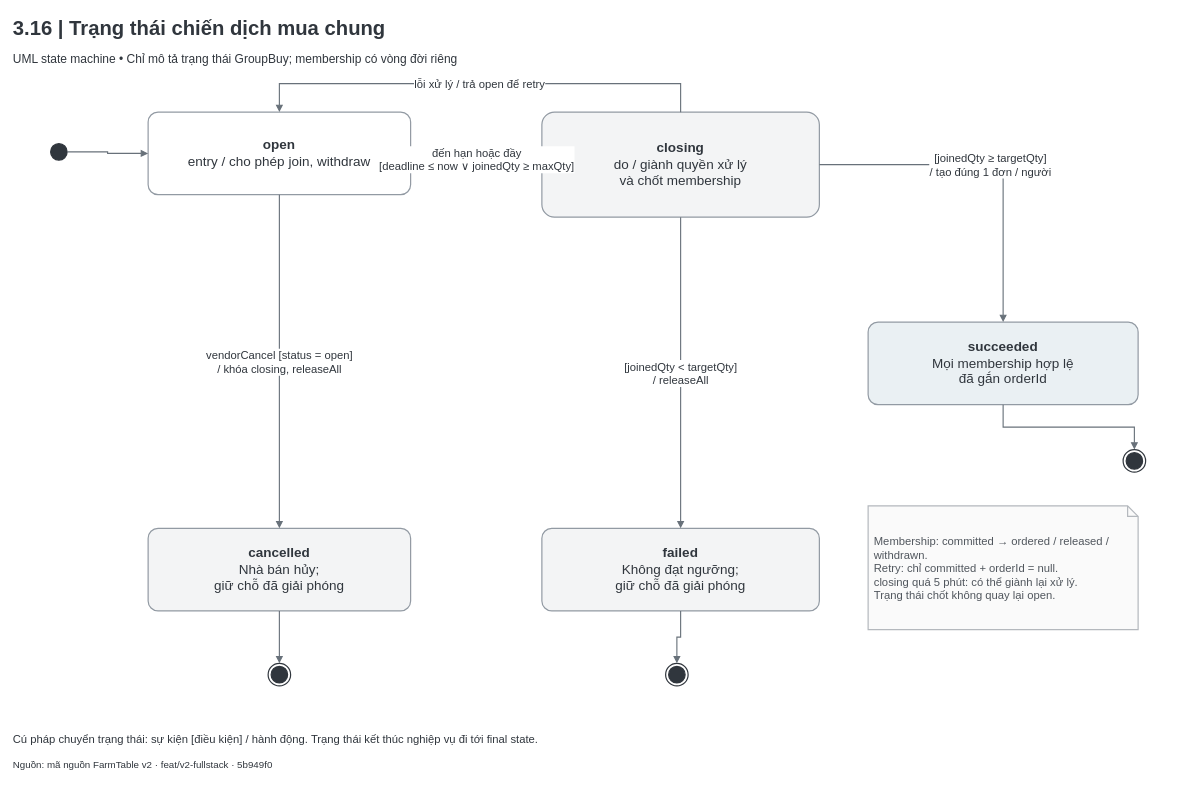
This is FarmTable_Chuong3/So_do_BA/drawio/Hinh_3_16.drawio from hathu1272006-eng/PTWnangcao, a draw.io file, before an edit. Source tidied: cells renumbered, new cells numbered last; positions are measured from the earlier drawing's top-left corner, leaving out a move shared by most shapes. Both pictures are drawn from the tidied source at 75%, with x=0, y=0 at pixel (13, 13).
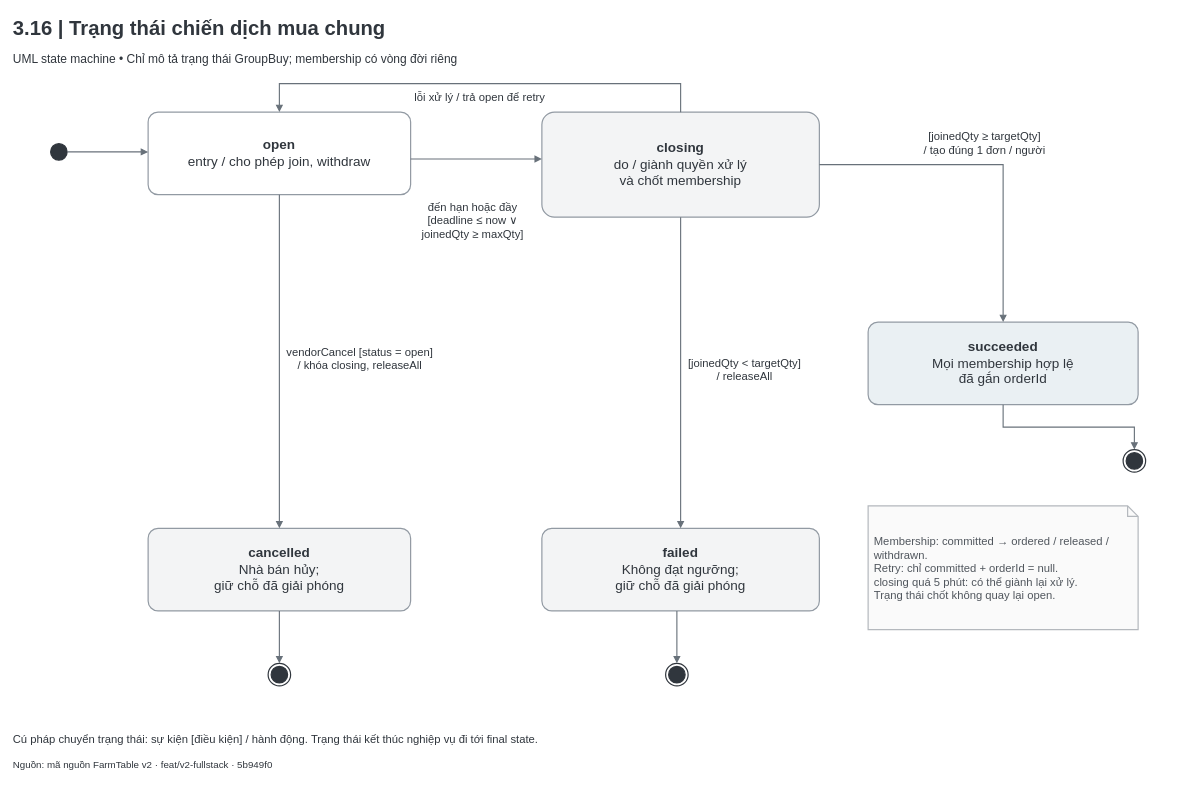
The same diagram, later.

Unchanged cells that the change refers to:
```xml
<mxCell id="4" style="html=1;whiteSpace=wrap;fontFamily=Arial;fontSize=18;fontColor=#243B32;strokeWidth=1.6;spacing=8;ellipse;fillColor=#30363D;strokeColor=#30363D;" parent="1" vertex="1">
  <mxGeometry x="50" y="174" width="22" height="22" as="geometry" />
</mxCell>
<mxCell id="5" value="&lt;b&gt;open&lt;/b&gt;&lt;br/&gt;entry / cho phép join, withdraw" style="html=1;whiteSpace=wrap;fontFamily=Arial;fontSize=18;strokeWidth=1.6;spacing=8;rounded=1;arcSize=12;fillColor=#FFFFFF;strokeColor=#929AA3;fontColor=#30363D;" parent="1" vertex="1">
  <mxGeometry x="180" y="132" width="350" height="110" as="geometry" />
</mxCell>
<mxCell id="6" value="&lt;b&gt;closing&lt;/b&gt;&lt;br/&gt;do / giành quyền xử lý&lt;br/&gt;và chốt membership" style="html=1;whiteSpace=wrap;fontFamily=Arial;fontSize=18;strokeWidth=1.6;spacing=8;rounded=1;arcSize=12;fillColor=#F3F4F5;strokeColor=#929AA3;fontColor=#30363D;" parent="1" vertex="1">
  <mxGeometry x="705" y="132" width="370" height="140" as="geometry" />
</mxCell>
<mxCell id="7" value="&lt;b&gt;succeeded&lt;/b&gt;&lt;br/&gt;Mọi membership hợp lệ&lt;br/&gt;đã gắn orderId" style="html=1;whiteSpace=wrap;fontFamily=Arial;fontSize=18;strokeWidth=1.6;spacing=8;rounded=1;arcSize=12;fillColor=#EAF0F3;strokeColor=#929AA3;fontColor=#30363D;" parent="1" vertex="1">
  <mxGeometry x="1140" y="412" width="360" height="110" as="geometry" />
</mxCell>
<mxCell id="8" value="&lt;b&gt;failed&lt;/b&gt;&lt;br/&gt;Không đạt ngưỡng;&lt;br/&gt;giữ chỗ đã giải phóng" style="html=1;whiteSpace=wrap;fontFamily=Arial;fontSize=18;strokeWidth=1.6;spacing=8;rounded=1;arcSize=12;fillColor=#F3F4F5;strokeColor=#929AA3;fontColor=#30363D;" parent="1" vertex="1">
  <mxGeometry x="705" y="687" width="370" height="110" as="geometry" />
</mxCell>
<mxCell id="9" value="&lt;b&gt;cancelled&lt;/b&gt;&lt;br/&gt;Nhà bán hủy;&lt;br/&gt;giữ chỗ đã giải phóng" style="html=1;whiteSpace=wrap;fontFamily=Arial;fontSize=18;strokeWidth=1.6;spacing=8;rounded=1;arcSize=12;fillColor=#F3F4F5;strokeColor=#929AA3;fontColor=#30363D;" parent="1" vertex="1">
  <mxGeometry x="180" y="687" width="350" height="110" as="geometry" />
</mxCell>
<mxCell id="18" style="html=1;whiteSpace=wrap;fontFamily=Arial;fontSize=18;fontColor=#243B32;strokeWidth=1.6;spacing=8;shape=endState;fillColor=#30363D;strokeColor=#30363D;" parent="1" vertex="1">
  <mxGeometry x="870" y="867" width="30" height="30" as="geometry" />
</mxCell>
<mxCell id="20" style="html=1;whiteSpace=wrap;fontFamily=Arial;fontSize=18;fontColor=#243B32;strokeWidth=1.6;spacing=8;shape=endState;fillColor=#30363D;strokeColor=#30363D;" parent="1" vertex="1">
  <mxGeometry x="340" y="867" width="30" height="30" as="geometry" />
</mxCell>
```

What changed in the source:
```diff
@@
-    <mxCell id="10" style="edgeStyle=orthogonalEdgeStyle;rounded=0;jettySize=20;html=1;fontFamily=Arial;fontSize=15;labelBackgroundColor=#FFFFFF;strokeWidth=1.5;endArrow=block;endFill=1;exitX=1;exitY=0.5;entryX=0;entryY=0.5;exitDx=0;exitDy=0;entryDx=0;entryDy=0;strokeColor=#68717A;fontColor=#30363D;" parent="1" edge="1" source="4" target="5">
+    <mxCell id="10" style="rounded=0;jettySize=20;html=1;fontFamily=Arial;fontSize=15;labelBackgroundColor=#FFFFFF;strokeWidth=1.5;endArrow=block;endFill=1;strokeColor=#68717A;fontColor=#30363D;edgeStyle=none;exitX=1.0;exitY=0.5;entryX=0.0;entryY=0.4818181818181818;exitDx=0;exitDy=0;entryDx=0;entryDy=0;exitPerimeter=0;entryPerimeter=0;" parent="1" edge="1" source="4" target="5">
       <mxGeometry relative="1" as="geometry" />
     </mxCell>
-    <mxCell id="11" value="đến hạn hoặc đầy&lt;br/&gt;[deadline ≤ now ∨ joinedQty ≥ maxQty]" style="edgeStyle=orthogonalEdgeStyle;rounded=0;jettySize=20;html=1;fontFamily=Arial;fontSize=15;labelBackgroundColor=#FFFFFF;strokeWidth=1.5;endArrow=block;endFill=1;exitX=1;exitY=0.5;entryX=0;entryY=0.5;exitDx=0;exitDy=0;entryDx=0;entryDy=0;strokeColor=#68717A;fontColor=#30363D;" parent="1" edge="1" source="5" target="6">
-      <mxGeometry relative="1" as="geometry" />
+    <mxCell id="11" value="đến hạn hoặc đầy&lt;br/&gt;[deadline ≤ now ∨ joinedQty ≥ maxQty]" style="rounded=0;jettySize=20;html=1;fontFamily=Arial;fontSize=15;strokeWidth=1.5;endArrow=block;endFill=1;strokeColor=#68717A;fontColor=#30363D;align=center;verticalAlign=middle;labelPosition=center;verticalLabelPosition=middle;whiteSpace=wrap;labelBackgroundColor=#FFFFFF;labelWidth=150;edgeStyle=none;exitX=1.0;exitY=0.5681818181818182;entryX=0.0;entryY=0.44642857142857145;exitDx=0;exitDy=0;entryDx=0;entryDy=0;exitPerimeter=0;entryPerimeter=0;" parent="1" edge="1" source="5" target="6">
+      <mxGeometry relative="1" as="geometry">
+        <mxPoint x="-5.3" y="81.5" as="offset" />
+      </mxGeometry>
     </mxCell>
-    <mxCell id="12" value="lỗi xử lý / trả open để retry" style="edgeStyle=orthogonalEdgeStyle;rounded=0;jettySize=20;html=1;fontFamily=Arial;fontSize=15;labelBackgroundColor=#FFFFFF;strokeWidth=1.5;endArrow=block;endFill=1;exitX=0.5;exitY=0;entryX=0.5;entryY=0;exitDx=0;exitDy=0;entryDx=0;entryDy=0;strokeColor=#68717A;fontColor=#30363D;" parent="1" edge="1" source="6" target="5">
+    <mxCell id="12" value="lỗi xử lý / trả open để retry" style="edgeStyle=orthogonalEdgeStyle;rounded=0;jettySize=20;html=1;fontFamily=Arial;fontSize=15;strokeWidth=1.5;endArrow=block;endFill=1;exitX=0.5;exitY=0;entryX=0.5;entryY=0;exitDx=0;exitDy=0;entryDx=0;entryDy=0;strokeColor=#68717A;fontColor=#30363D;align=center;verticalAlign=middle;labelPosition=center;verticalLabelPosition=middle;whiteSpace=wrap;labelBackgroundColor=#FFFFFF;labelWidth=225;" parent="1" edge="1" source="6" target="5">
       <mxGeometry relative="1" as="geometry">
         <Array as="points">
           <mxPoint x="890" y="94" />
           <mxPoint x="355" y="94" />
         </Array>
+        <mxPoint y="18" as="offset" />
       </mxGeometry>
     </mxCell>
-    <mxCell id="13" value="vendorCancel [status = open]&lt;br/&gt;/ khóa closing, releaseAll" style="edgeStyle=orthogonalEdgeStyle;rounded=0;jettySize=20;html=1;fontFamily=Arial;fontSize=15;labelBackgroundColor=#FFFFFF;strokeWidth=1.5;endArrow=block;endFill=1;exitX=0.5;exitY=1;entryX=0.5;entryY=0;exitDx=0;exitDy=0;entryDx=0;entryDy=0;strokeColor=#68717A;fontColor=#30363D;" parent="1" edge="1" source="5" target="9">
-      <mxGeometry relative="1" as="geometry" />
+    <mxCell id="13" value="vendorCancel [status = open]&lt;br/&gt;/ khóa closing, releaseAll" style="rounded=0;jettySize=20;html=1;fontFamily=Arial;fontSize=15;strokeWidth=1.5;endArrow=block;endFill=1;strokeColor=#68717A;fontColor=#30363D;align=center;verticalAlign=middle;labelPosition=center;verticalLabelPosition=middle;whiteSpace=wrap;labelBackgroundColor=#FFFFFF;labelWidth=225;edgeStyle=none;exitX=0.5;exitY=1.0;entryX=0.5;entryY=0.0;exitDx=0;exitDy=0;entryDx=0;entryDy=0;exitPerimeter=0;entryPerimeter=0;" parent="1" edge="1" source="5" target="9">
+      <mxGeometry relative="1" as="geometry">
+        <mxPoint x="107.6" y="-5.2" as="offset" />
+      </mxGeometry>
     </mxCell>
-    <mxCell id="14" value="[joinedQty ≥ targetQty]&lt;br/&gt;/ tạo đúng 1 đơn / người" style="edgeStyle=orthogonalEdgeStyle;rounded=0;jettySize=20;html=1;fontFamily=Arial;fontSize=15;labelBackgroundColor=#FFFFFF;strokeWidth=1.5;endArrow=block;endFill=1;exitX=1;exitY=0.5;entryX=0.5;entryY=0;exitDx=0;exitDy=0;entryDx=0;entryDy=0;strokeColor=#68717A;fontColor=#30363D;" parent="1" edge="1" source="6" target="7">
-      <mxGeometry relative="1" as="geometry" />
+    <mxCell id="14" value="[joinedQty ≥ targetQty]&lt;br/&gt;/ tạo đúng 1 đơn / người" style="edgeStyle=orthogonalEdgeStyle;rounded=0;jettySize=20;html=1;fontFamily=Arial;fontSize=15;strokeWidth=1.5;endArrow=block;endFill=1;exitX=1;exitY=0.5;entryX=0.5;entryY=0;exitDx=0;exitDy=0;entryDx=0;entryDy=0;strokeColor=#68717A;fontColor=#30363D;align=center;verticalAlign=middle;labelPosition=center;verticalLabelPosition=middle;whiteSpace=wrap;labelBackgroundColor=#FFFFFF;labelWidth=225;" parent="1" edge="1" source="6" target="7">
+      <mxGeometry relative="1" as="geometry">
+        <mxPoint x="-8" y="-29" as="offset" />
+      </mxGeometry>
     </mxCell>
-    <mxCell id="15" value="[joinedQty &amp;lt; targetQty]&lt;br/&gt;/ releaseAll" style="edgeStyle=orthogonalEdgeStyle;rounded=0;jettySize=20;html=1;fontFamily=Arial;fontSize=15;labelBackgroundColor=#FFFFFF;strokeWidth=1.5;endArrow=block;endFill=1;exitX=0.5;exitY=1;entryX=0.5;entryY=0;exitDx=0;exitDy=0;entryDx=0;entryDy=0;strokeColor=#68717A;fontColor=#30363D;" parent="1" edge="1" source="6" target="8">
-      <mxGeometry relative="1" as="geometry" />
+    <mxCell id="15" value="[joinedQty &amp;lt; targetQty]&lt;br/&gt;/ releaseAll" style="rounded=0;jettySize=20;html=1;fontFamily=Arial;fontSize=15;strokeWidth=1.5;endArrow=block;endFill=1;strokeColor=#68717A;fontColor=#30363D;align=center;verticalAlign=middle;labelPosition=center;verticalLabelPosition=middle;whiteSpace=wrap;labelBackgroundColor=#FFFFFF;labelWidth=225;edgeStyle=none;exitX=0.5;exitY=1.0;entryX=0.5;entryY=0.0;exitDx=0;exitDy=0;entryDx=0;entryDy=0;exitPerimeter=0;entryPerimeter=0;" parent="1" edge="1" source="6" target="8">
+      <mxGeometry relative="1" as="geometry">
+        <mxPoint x="85.5" y="-5.2" as="offset" />
+      </mxGeometry>
     </mxCell>
@@
-    <mxCell id="19" style="edgeStyle=orthogonalEdgeStyle;rounded=0;jettySize=20;html=1;fontFamily=Arial;fontSize=15;labelBackgroundColor=#FFFFFF;strokeWidth=1.5;endArrow=block;endFill=1;exitX=0.5;exitY=1;entryX=0.5;entryY=0;exitDx=0;exitDy=0;entryDx=0;entryDy=0;strokeColor=#68717A;fontColor=#30363D;" parent="1" edge="1" source="8" target="18">
+    <mxCell id="19" style="rounded=0;jettySize=20;html=1;fontFamily=Arial;fontSize=15;labelBackgroundColor=#FFFFFF;strokeWidth=1.5;endArrow=block;endFill=1;strokeColor=#68717A;fontColor=#30363D;edgeStyle=none;exitX=0.4864864864864865;exitY=1.0;entryX=0.5;entryY=0.0;exitDx=0;exitDy=0;entryDx=0;entryDy=0;exitPerimeter=0;entryPerimeter=0;" parent="1" edge="1" source="8" target="18">
       <mxGeometry relative="1" as="geometry" />
     </mxCell>
@@
-    <mxCell id="21" style="edgeStyle=orthogonalEdgeStyle;rounded=0;jettySize=20;html=1;fontFamily=Arial;fontSize=15;labelBackgroundColor=#FFFFFF;strokeWidth=1.5;endArrow=block;endFill=1;exitX=0.5;exitY=1;entryX=0.5;entryY=0;exitDx=0;exitDy=0;entryDx=0;entryDy=0;strokeColor=#68717A;fontColor=#30363D;" parent="1" edge="1" source="9" target="20">
+    <mxCell id="21" style="rounded=0;jettySize=20;html=1;fontFamily=Arial;fontSize=15;labelBackgroundColor=#FFFFFF;strokeWidth=1.5;endArrow=block;endFill=1;strokeColor=#68717A;fontColor=#30363D;edgeStyle=none;exitX=0.5;exitY=1.0;entryX=0.5;entryY=0.0;exitDx=0;exitDy=0;entryDx=0;entryDy=0;exitPerimeter=0;entryPerimeter=0;" parent="1" edge="1" source="9" target="20">
       <mxGeometry relative="1" as="geometry" />
     </mxCell>
```
